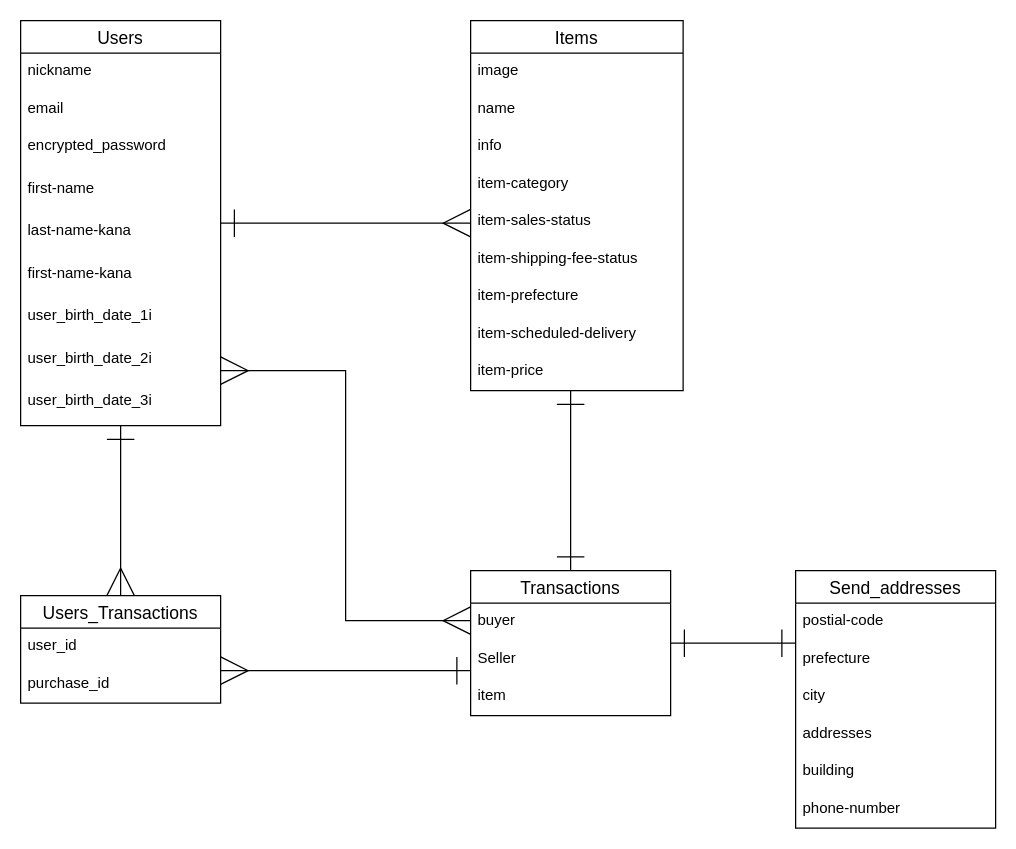
The draw.io diagram furima.dio in TsunokakeTaiki/furima-31694, before the edit. Source tidied: cells renumbered, new cells numbered last; positions are measured from the earlier drawing's top-left corner, leaving out a move shared by most shapes. Both pictures are drawn from the tidied source at 125%, with x=0, y=0 at pixel (20, 20).
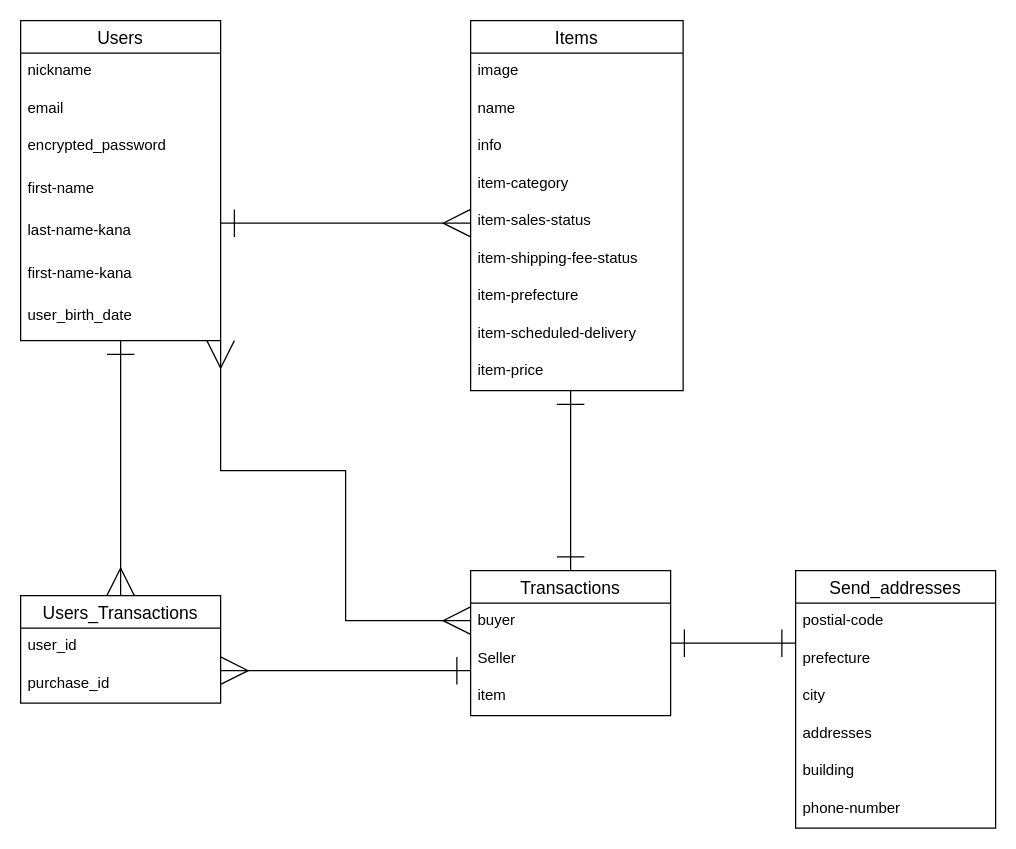
The same diagram, later.

Commit message (it also covers changes not shown here):
README、user_birth_dateカラムの集約

Unchanged cells that the change refers to:
```xml
<mxCell id="5" value="Transactions" style="swimlane;fontStyle=0;horizontal=1;startSize=26;align=center;fontSize=14;" parent="1" vertex="1">
  <mxGeometry x="360" y="440" width="160" height="116" as="geometry" />
</mxCell>
```

What changed in the source:
```diff
@@
     <mxCell id="19" style="edgeStyle=orthogonalEdgeStyle;rounded=0;jettySize=auto;html=1;startArrow=ERmany;startFill=0;endArrow=ERmany;endFill=0;strokeWidth=1;jumpSize=6;endSize=20;startSize=20;" parent="1" edge="1" source="20" target="5">
       <mxGeometry relative="1" as="geometry">
         <Array as="points">
-          <mxPoint x="260" y="280" />
+          <mxPoint x="160" y="360" />
+          <mxPoint x="260" y="360" />
           <mxPoint x="260" y="480" />
         </Array>
       </mxGeometry>
     </mxCell>
     <mxCell id="20" value="Users" style="swimlane;fontStyle=0;horizontal=1;startSize=26;align=center;fontSize=14;" parent="1" vertex="1">
-      <mxGeometry width="160" height="324" as="geometry" />
+      <mxGeometry width="160" height="256" as="geometry" />
     </mxCell>
@@
-    <mxCell id="27" value="user_birth_date_1i" style="text;strokeColor=none;fillColor=none;spacingLeft=4;spacingRight=4;overflow=hidden;fontSize=12;" parent="20" vertex="1">
-      <mxGeometry y="222" width="160" height="34" as="geometry" />
-    </mxCell>
-    <mxCell id="28" value="user_birth_date_2i" style="text;strokeColor=none;fillColor=none;spacingLeft=4;spacingRight=4;overflow=hidden;fontSize=12;" parent="20" vertex="1">
-      <mxGeometry y="256" width="160" height="34" as="geometry" />
-    </mxCell>
-    <mxCell id="29" value="user_birth_date_3i" style="text;strokeColor=none;fillColor=none;spacingLeft=4;spacingRight=4;overflow=hidden;fontSize=12;" parent="20" vertex="1">
-      <mxGeometry y="290" width="160" height="34" as="geometry" />
-    </mxCell>
+    <mxCell id="42" value="user_birth_date" style="text;strokeColor=none;fillColor=none;spacingLeft=4;spacingRight=4;overflow=hidden;fontSize=12;" parent="20" vertex="1">
+      <mxGeometry y="222" width="160" height="34" as="geometry" />
+    </mxCell>
```
